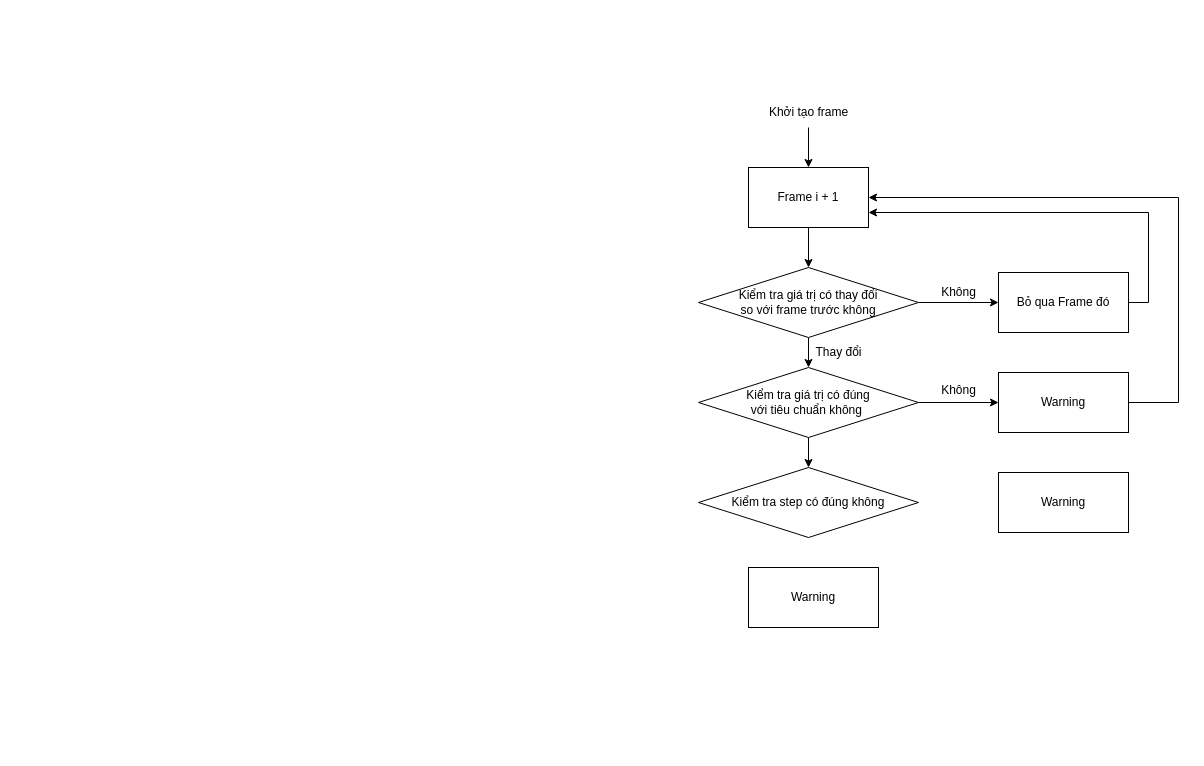
Earlier version of the draw.io diagram Untitled Diagram.drawio (trieu-0512/test). Source tidied: cells renumbered, new cells numbered last; positions are measured from the earlier drawing's top-left corner, leaving out a move shared by most shapes. Both pictures are drawn from the tidied source at 100%, with x=0, y=0 at pixel (698, 97).
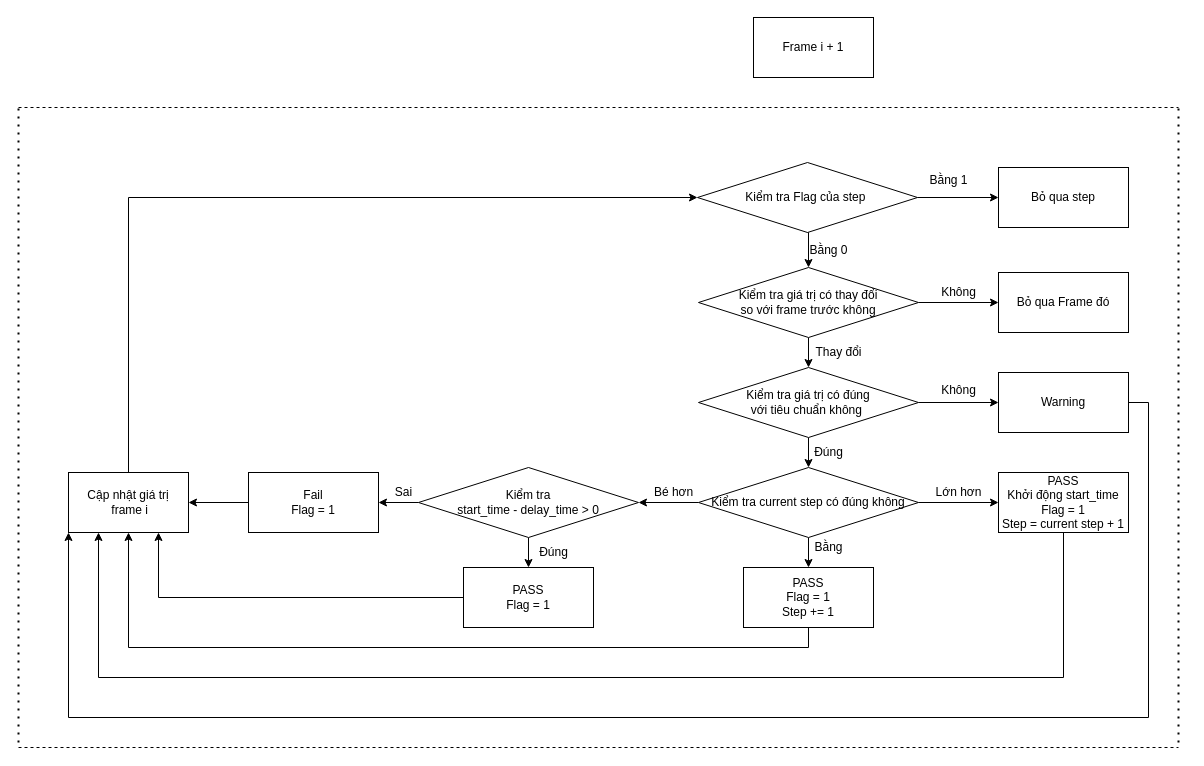
The same page after the edit.

The change refers to these unchanged cells:
```xml
<mxCell id="6" value="Kiểm tra giá trị có thay đổi&lt;br&gt;so với frame trước không" style="rhombus;whiteSpace=wrap;html=1;" parent="1" vertex="1">
  <mxGeometry y="170" width="220" height="70" as="geometry" />
</mxCell>
<mxCell id="8" value="Bỏ qua Frame đó" style="rounded=0;whiteSpace=wrap;html=1;" parent="1" vertex="1">
  <mxGeometry x="300" y="175" width="130" height="60" as="geometry" />
</mxCell>
<mxCell id="17" value="Warning" style="rounded=0;whiteSpace=wrap;html=1;" parent="1" vertex="1">
  <mxGeometry x="300" y="275" width="130" height="60" as="geometry" />
</mxCell>
```

What changed in the source:
```diff
@@
-    <mxCell id="2" style="edgeStyle=orthogonalEdgeStyle;rounded=0;jettySize=auto;html=1;exitX=0.5;exitY=1;exitDx=0;exitDy=0;entryX=0.5;entryY=0;entryDx=0;entryDy=0;" parent="1" edge="1" source="3" target="6">
-      <mxGeometry relative="1" as="geometry" />
-    </mxCell>
     <mxCell id="3" value="Frame i + 1" style="rounded=0;whiteSpace=wrap;html=1;" parent="1" vertex="1">
-      <mxGeometry x="50" y="70" width="120" height="60" as="geometry" />
+      <mxGeometry x="55" y="-80" width="120" height="60" as="geometry" />
     </mxCell>
@@
-    <mxCell id="7" style="edgeStyle=orthogonalEdgeStyle;rounded=0;jettySize=auto;html=1;exitX=1;exitY=0.5;exitDx=0;exitDy=0;entryX=1;entryY=0.75;entryDx=0;entryDy=0;" parent="1" edge="1" source="8" target="3">
-      <mxGeometry relative="1" as="geometry" />
-    </mxCell>
@@
-    <mxCell id="14" style="endArrow=classic;html=1;rounded=0;entryX=0.5;entryY=0;entryDx=0;entryDy=0;" parent="1" edge="1" target="3">
-      <mxGeometry relative="1" as="geometry">
-        <mxPoint x="110" y="30" as="sourcePoint" />
-      </mxGeometry>
-    </mxCell>
-    <mxCell id="15" value="Khởi tạo frame" style="text;html=1;align=center;verticalAlign=middle;strokeColor=none;fillColor=none;" parent="1" vertex="1">
-      <mxGeometry x="60" width="100" height="30" as="geometry" />
-    </mxCell>
-    <mxCell id="16" style="edgeStyle=orthogonalEdgeStyle;rounded=0;jettySize=auto;html=1;exitX=1;exitY=0.5;exitDx=0;exitDy=0;entryX=1;entryY=0.5;entryDx=0;entryDy=0;" parent="1" edge="1" source="17" target="3">
-      <mxGeometry relative="1" as="geometry">
-        <Array as="points">
-          <mxPoint x="480" y="305" />
-          <mxPoint x="480" y="100" />
-        </Array>
-      </mxGeometry>
-    </mxCell>
+    <mxCell id="22" style="edgeStyle=orthogonalEdgeStyle;rounded=0;jettySize=auto;html=1;exitX=1;exitY=0.5;exitDx=0;exitDy=0;entryX=0;entryY=1;entryDx=0;entryDy=0;" parent="1" edge="1" source="17" target="46">
+      <mxGeometry relative="1" as="geometry">
+        <Array as="points">
+          <mxPoint x="450" y="305" />
+          <mxPoint x="450" y="620" />
+          <mxPoint x="-630" y="620" />
+        </Array>
+      </mxGeometry>
+    </mxCell>
@@
+    <mxCell id="23" style="edgeStyle=orthogonalEdgeStyle;rounded=0;jettySize=auto;html=1;exitX=1;exitY=0.5;exitDx=0;exitDy=0;entryX=0;entryY=0.5;entryDx=0;entryDy=0;" parent="1" edge="1" source="19" target="20">
+      <mxGeometry relative="1" as="geometry" />
+    </mxCell>
+    <mxCell id="24" style="edgeStyle=orthogonalEdgeStyle;rounded=0;jettySize=auto;html=1;exitX=0.5;exitY=1;exitDx=0;exitDy=0;entryX=0.5;entryY=0;entryDx=0;entryDy=0;" parent="1" edge="1" source="19" target="21">
+      <mxGeometry relative="1" as="geometry" />
+    </mxCell>
+    <mxCell id="25" style="edgeStyle=orthogonalEdgeStyle;rounded=0;jettySize=auto;html=1;exitX=0;exitY=0.5;exitDx=0;exitDy=0;entryX=1;entryY=0.5;entryDx=0;entryDy=0;" parent="1" edge="1" source="19">
+      <mxGeometry relative="1" as="geometry">
+        <mxPoint x="-60" y="405" as="targetPoint" />
+      </mxGeometry>
+    </mxCell>
-    <mxCell id="19" value="Kiểm tra step có đúng không" style="rhombus;whiteSpace=wrap;html=1;" parent="1" vertex="1">
+    <mxCell id="19" value="Kiểm tra current step có đúng không" style="rhombus;whiteSpace=wrap;html=1;" parent="1" vertex="1">
       <mxGeometry y="370" width="220" height="70" as="geometry" />
     </mxCell>
+    <mxCell id="26" style="edgeStyle=orthogonalEdgeStyle;rounded=0;jettySize=auto;html=1;exitX=0.5;exitY=1;exitDx=0;exitDy=0;entryX=0.25;entryY=1;entryDx=0;entryDy=0;" parent="1" edge="1" source="20" target="46">
+      <mxGeometry relative="1" as="geometry">
+        <Array as="points">
+          <mxPoint x="365" y="580" />
+          <mxPoint x="-600" y="580" />
+        </Array>
+      </mxGeometry>
+    </mxCell>
-    <mxCell id="20" value="Warning" style="rounded=0;whiteSpace=wrap;html=1;" parent="1" vertex="1">
+    <mxCell id="20" value="PASS&lt;br&gt;Khởi động start_time&lt;br&gt;Flag = 1&lt;br&gt;Step = current step + 1" style="rounded=0;whiteSpace=wrap;html=1;" parent="1" vertex="1">
       <mxGeometry x="300" y="375" width="130" height="60" as="geometry" />
     </mxCell>
+    <mxCell id="27" style="edgeStyle=orthogonalEdgeStyle;rounded=0;jettySize=auto;html=1;exitX=0.5;exitY=1;exitDx=0;exitDy=0;entryX=0.5;entryY=1;entryDx=0;entryDy=0;" parent="1" edge="1" source="21" target="46">
+      <mxGeometry relative="1" as="geometry" />
+    </mxCell>
-    <mxCell id="21" value="Warning" style="rounded=0;whiteSpace=wrap;html=1;" parent="1" vertex="1">
-      <mxGeometry x="50" y="470" width="130" height="60" as="geometry" />
+    <mxCell id="21" value="PASS&lt;br&gt;Flag = 1&lt;br&gt;Step += 1" style="rounded=0;whiteSpace=wrap;html=1;" parent="1" vertex="1">
+      <mxGeometry x="45" y="470" width="130" height="60" as="geometry" />
     </mxCell>
+    <mxCell id="28" value="Lớn hơn" style="text;html=1;align=center;verticalAlign=middle;strokeColor=none;fillColor=none;" parent="1" vertex="1">
+      <mxGeometry x="225" y="380" width="70" height="30" as="geometry" />
+    </mxCell>
+    <mxCell id="29" value="Bằng" style="text;html=1;align=center;verticalAlign=middle;strokeColor=none;fillColor=none;" parent="1" vertex="1">
+      <mxGeometry x="105" y="435" width="50" height="30" as="geometry" />
+    </mxCell>
+    <mxCell id="30" value="Đúng" style="text;html=1;align=center;verticalAlign=middle;strokeColor=none;fillColor=none;" parent="1" vertex="1">
+      <mxGeometry x="105" y="340" width="50" height="30" as="geometry" />
+    </mxCell>
+    <mxCell id="31" value="Bé hơn" style="text;html=1;align=center;verticalAlign=middle;strokeColor=none;fillColor=none;" parent="1" vertex="1">
+      <mxGeometry x="-55" y="380" width="60" height="30" as="geometry" />
+    </mxCell>
+    <mxCell id="32" style="edgeStyle=orthogonalEdgeStyle;rounded=0;jettySize=auto;html=1;exitX=0.5;exitY=1;exitDx=0;exitDy=0;entryX=0.5;entryY=0;entryDx=0;entryDy=0;" parent="1" edge="1" source="34" target="36">
+      <mxGeometry relative="1" as="geometry" />
+    </mxCell>
+    <mxCell id="33" style="edgeStyle=orthogonalEdgeStyle;rounded=0;jettySize=auto;html=1;exitX=0;exitY=0.5;exitDx=0;exitDy=0;entryX=1;entryY=0.5;entryDx=0;entryDy=0;" parent="1" edge="1" source="34" target="39">
+      <mxGeometry relative="1" as="geometry" />
+    </mxCell>
+    <mxCell id="34" value="Kiểm tra &lt;br&gt;start_time - delay_time &amp;gt; 0" style="rhombus;whiteSpace=wrap;html=1;" parent="1" vertex="1">
+      <mxGeometry x="-280" y="370" width="220" height="70" as="geometry" />
+    </mxCell>
+    <mxCell id="35" style="edgeStyle=orthogonalEdgeStyle;rounded=0;jettySize=auto;html=1;exitX=0;exitY=0.5;exitDx=0;exitDy=0;entryX=0.75;entryY=1;entryDx=0;entryDy=0;" parent="1" edge="1" source="36" target="46">
+      <mxGeometry relative="1" as="geometry" />
+    </mxCell>
+    <mxCell id="36" value="PASS&lt;br&gt;Flag = 1" style="rounded=0;whiteSpace=wrap;html=1;" parent="1" vertex="1">
+      <mxGeometry x="-235" y="470" width="130" height="60" as="geometry" />
+    </mxCell>
+    <mxCell id="37" value="Đúng" style="text;html=1;align=center;verticalAlign=middle;strokeColor=none;fillColor=none;" parent="1" vertex="1">
+      <mxGeometry x="-170" y="440" width="50" height="30" as="geometry" />
+    </mxCell>
+    <mxCell id="38" style="edgeStyle=orthogonalEdgeStyle;rounded=0;jettySize=auto;html=1;exitX=0;exitY=0.5;exitDx=0;exitDy=0;entryX=1;entryY=0.5;entryDx=0;entryDy=0;" parent="1" edge="1" source="39" target="46">
+      <mxGeometry relative="1" as="geometry" />
+    </mxCell>
+    <mxCell id="39" value="Fail&lt;br&gt;Flag = 1" style="rounded=0;whiteSpace=wrap;html=1;" parent="1" vertex="1">
+      <mxGeometry x="-450" y="375" width="130" height="60" as="geometry" />
+    </mxCell>
+    <mxCell id="40" value="Sai" style="text;html=1;align=center;verticalAlign=middle;strokeColor=none;fillColor=none;" parent="1" vertex="1">
+      <mxGeometry x="-315" y="380" width="40" height="30" as="geometry" />
+    </mxCell>
+    <mxCell id="41" style="edgeStyle=orthogonalEdgeStyle;rounded=0;jettySize=auto;html=1;exitX=0.5;exitY=1;exitDx=0;exitDy=0;entryX=0.5;entryY=0;entryDx=0;entryDy=0;" parent="1" edge="1" source="43" target="6">
+      <mxGeometry relative="1" as="geometry" />
+    </mxCell>
+    <mxCell id="42" style="edgeStyle=orthogonalEdgeStyle;rounded=0;jettySize=auto;html=1;exitX=1;exitY=0.5;exitDx=0;exitDy=0;entryX=0;entryY=0.5;entryDx=0;entryDy=0;" parent="1" edge="1" source="43" target="44">
+      <mxGeometry relative="1" as="geometry" />
+    </mxCell>
+    <mxCell id="43" value="Kiểm tra Flag của step&amp;nbsp;" style="rhombus;whiteSpace=wrap;html=1;" parent="1" vertex="1">
+      <mxGeometry x="-1" y="65" width="220" height="70" as="geometry" />
+    </mxCell>
+    <mxCell id="44" value="Bỏ qua step" style="rounded=0;whiteSpace=wrap;html=1;" parent="1" vertex="1">
+      <mxGeometry x="300" y="70" width="130" height="60" as="geometry" />
+    </mxCell>
+    <mxCell id="45" style="edgeStyle=orthogonalEdgeStyle;rounded=0;jettySize=auto;html=1;exitX=0.5;exitY=0;exitDx=0;exitDy=0;entryX=0;entryY=0.5;entryDx=0;entryDy=0;" parent="1" edge="1" source="46" target="43">
+      <mxGeometry relative="1" as="geometry" />
+    </mxCell>
+    <mxCell id="46" value="Cập nhật giá trị&lt;br&gt;&amp;nbsp;frame i" style="rounded=0;whiteSpace=wrap;html=1;" parent="1" vertex="1">
+      <mxGeometry x="-630" y="375" width="120" height="60" as="geometry" />
+    </mxCell>
+    <mxCell id="47" style="endArrow=none;dashed=1;html=1;dashPattern=1 3;strokeWidth=2;rounded=0;" parent="1" edge="1">
+      <mxGeometry relative="1" as="geometry">
+        <mxPoint x="-680" y="644.9" as="sourcePoint" />
+        <mxPoint x="-680" y="10" as="targetPoint" />
+      </mxGeometry>
+    </mxCell>
+    <mxCell id="48" style="endArrow=none;dashed=1;html=1;dashPattern=1 3;strokeWidth=2;rounded=0;" parent="1" edge="1">
+      <mxGeometry relative="1" as="geometry">
+        <mxPoint x="480" y="644.9" as="sourcePoint" />
+        <mxPoint x="480" y="10" as="targetPoint" />
+      </mxGeometry>
+    </mxCell>
+    <mxCell id="49" style="endArrow=none;dashed=1;html=1;rounded=0;" parent="1" edge="1">
+      <mxGeometry relative="1" as="geometry">
+        <mxPoint x="-680" y="650" as="sourcePoint" />
+        <mxPoint x="480" y="650" as="targetPoint" />
+      </mxGeometry>
+    </mxCell>
+    <mxCell id="50" style="endArrow=none;dashed=1;html=1;rounded=0;" parent="1" edge="1">
+      <mxGeometry relative="1" as="geometry">
+        <mxPoint x="-680" y="10" as="sourcePoint" />
+        <mxPoint x="480" y="10" as="targetPoint" />
+      </mxGeometry>
+    </mxCell>
+    <mxCell id="51" value="Bằng 1" style="text;html=1;align=center;verticalAlign=middle;strokeColor=none;fillColor=none;" parent="1" vertex="1">
+      <mxGeometry x="220" y="68" width="60" height="30" as="geometry" />
+    </mxCell>
+    <mxCell id="52" value="Bằng 0" style="text;html=1;align=center;verticalAlign=middle;strokeColor=none;fillColor=none;" parent="1" vertex="1">
+      <mxGeometry x="100" y="138" width="60" height="30" as="geometry" />
+    </mxCell>
```
